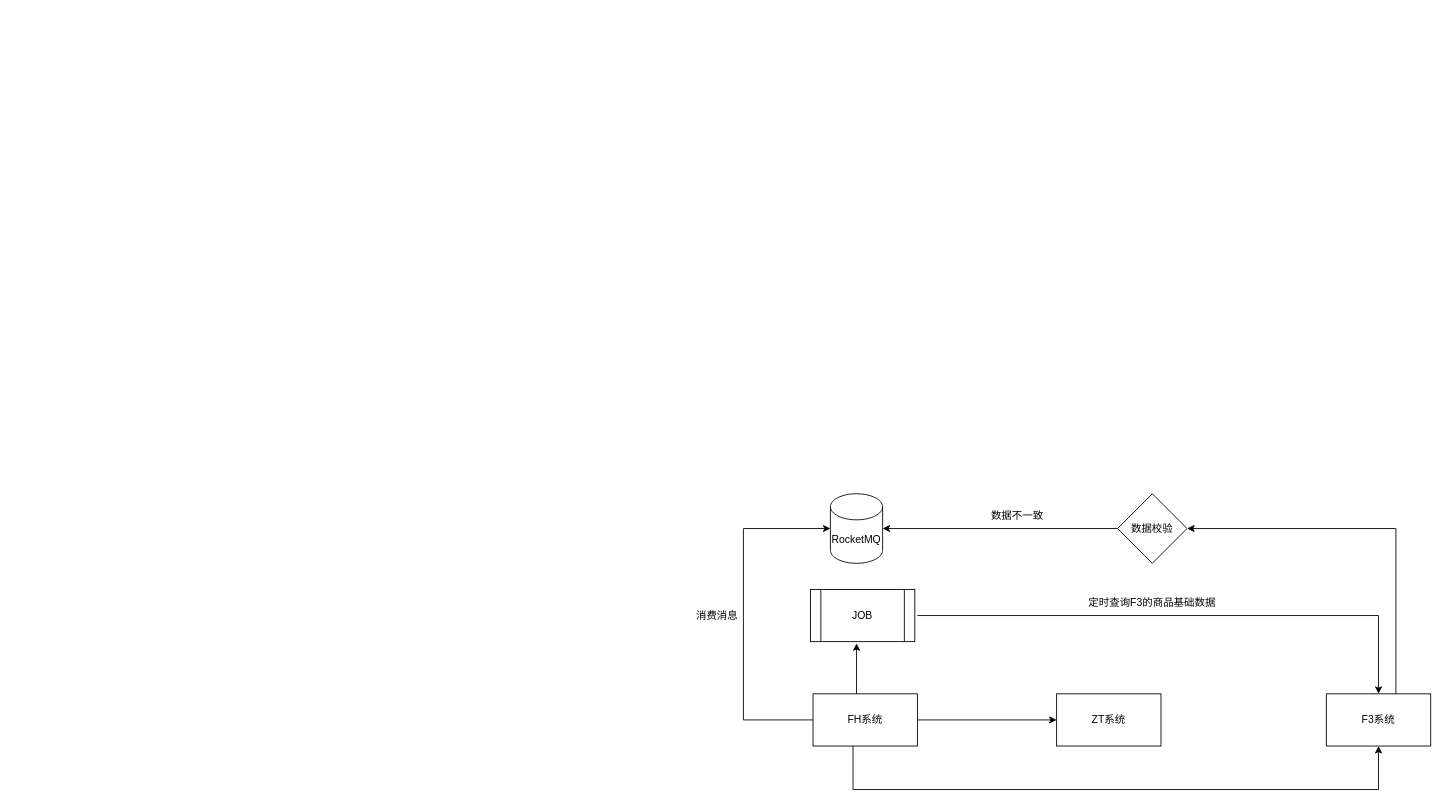
Earlier version of the draw.io diagram SketchMap/FH数据校验.drawio (liuyunlong1229/aaa). Source tidied: cells renumbered, new cells numbered last; positions are measured from the earlier drawing's top-left corner, leaving out a move shared by most shapes. Both pictures are drawn from the tidied source at 87%, with x=0, y=0 at pixel (691, 493).
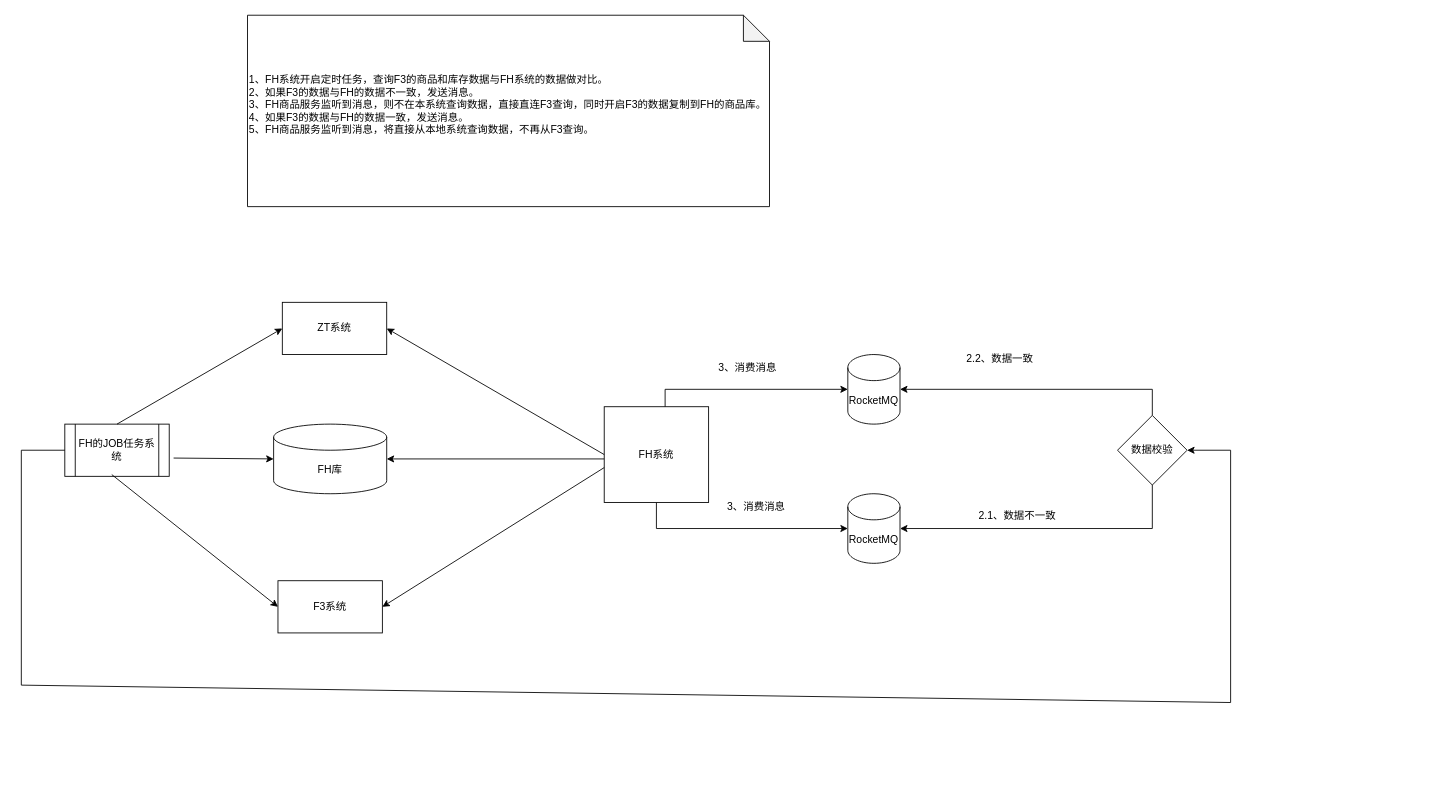
The same page after the edit.

Commit message:
更新FH数据校验.drawio

Diff of the diagram source:
```diff
@@
-    <mxCell id="2" style="edgeStyle=orthogonalEdgeStyle;rounded=0;jettySize=auto;html=1;entryX=0;entryY=0.5;entryDx=0;entryDy=0;" parent="1" edge="1" source="3" target="4">
-      <mxGeometry relative="1" as="geometry" />
-    </mxCell>
-    <mxCell id="3" value="FH系统" style="rounded=0;whiteSpace=wrap;html=1;" parent="1" vertex="1">
-      <mxGeometry x="140" y="230" width="120" height="60" as="geometry" />
-    </mxCell>
-    <mxCell id="4" value="ZT系统" style="rounded=0;whiteSpace=wrap;html=1;" parent="1" vertex="1">
-      <mxGeometry x="420" y="230" width="120" height="60" as="geometry" />
-    </mxCell>
-    <mxCell id="5" value="F3系统" style="rounded=0;whiteSpace=wrap;html=1;" parent="1" vertex="1">
-      <mxGeometry x="730" y="230" width="120" height="60" as="geometry" />
-    </mxCell>
-    <mxCell id="6" value="JOB" style="shape=process;whiteSpace=wrap;html=1;backgroundOutline=1;" parent="1" vertex="1">
-      <mxGeometry x="137" y="110" width="120" height="60" as="geometry" />
+    <mxCell id="6" value="FH的JOB任务系统" style="shape=process;whiteSpace=wrap;html=1;backgroundOutline=1;" parent="1" vertex="1">
+      <mxGeometry x="-720" y="-80" width="120" height="60" as="geometry" />
     </mxCell>
-    <mxCell id="7" style="endArrow=classic;html=1;rounded=0;entryX=0.442;entryY=1.033;entryDx=0;entryDy=0;entryPerimeter=0;" parent="1" edge="1" target="6">
-      <mxGeometry relative="1" as="geometry">
-        <mxPoint x="190" y="230" as="sourcePoint" />
-      </mxGeometry>
-    </mxCell>
-    <mxCell id="8" style="endArrow=classic;html=1;rounded=0;entryX=0.5;entryY=0;entryDx=0;entryDy=0;" parent="1" edge="1" target="5">
-      <mxGeometry relative="1" as="geometry">
-        <mxPoint x="260" y="140" as="sourcePoint" />
-        <Array as="points">
-          <mxPoint x="790" y="140" />
-        </Array>
-      </mxGeometry>
-    </mxCell>
-    <mxCell id="9" value="定时查询F3的商品基础数据" style="text;html=1;align=center;verticalAlign=middle;whiteSpace=wrap;rounded=0;" parent="1" vertex="1">
-      <mxGeometry x="420" y="110" width="220" height="30" as="geometry" />
-    </mxCell>
     <mxCell id="10" value="数据校验" style="rhombus;whiteSpace=wrap;html=1;" parent="1" vertex="1">
-      <mxGeometry x="490" width="80" height="80" as="geometry" />
+      <mxGeometry x="490" y="-90" width="80" height="80" as="geometry" />
     </mxCell>
-    <mxCell id="11" style="endArrow=classic;html=1;rounded=0;entryX=1;entryY=0.5;entryDx=0;entryDy=0;" parent="1" edge="1" target="10">
-      <mxGeometry relative="1" as="geometry">
-        <mxPoint x="810" y="230" as="sourcePoint" />
-        <Array as="points">
-          <mxPoint x="810" y="40" />
-        </Array>
-      </mxGeometry>
-    </mxCell>
-    <mxCell id="12" style="endArrow=classic;html=1;rounded=0;entryX=1;entryY=0.5;entryDx=0;entryDy=0;entryPerimeter=0;" parent="1" edge="1" source="10" target="16">
-      <mxGeometry relative="1" as="geometry" />
+    <mxCell id="12" style="endArrow=classic;html=1;rounded=0;entryX=1;entryY=0.5;entryDx=0;entryDy=0;entryPerimeter=0;exitX=0.5;exitY=1;exitDx=0;exitDy=0;" parent="1" edge="1" source="10" target="16">
+      <mxGeometry relative="1" as="geometry">
+        <Array as="points">
+          <mxPoint x="530" y="40" />
+        </Array>
+      </mxGeometry>
     </mxCell>
-    <mxCell id="13" value="数据不一致" style="text;html=1;align=center;verticalAlign=middle;whiteSpace=wrap;rounded=0;" parent="1" vertex="1">
-      <mxGeometry x="330" y="10" width="90" height="30" as="geometry" />
+    <mxCell id="13" value="2.1、数据不一致" style="text;html=1;align=center;verticalAlign=middle;whiteSpace=wrap;rounded=0;" parent="1" vertex="1">
+      <mxGeometry x="310" y="10" width="130" height="30" as="geometry" />
     </mxCell>
-    <mxCell id="14" style="endArrow=classic;html=1;rounded=0;exitX=0;exitY=0.5;exitDx=0;exitDy=0;entryX=0;entryY=0.5;entryDx=0;entryDy=0;entryPerimeter=0;" parent="1" edge="1" source="3" target="16">
+    <mxCell id="14" style="endArrow=classic;html=1;rounded=0;entryX=0;entryY=0.5;entryDx=0;entryDy=0;entryPerimeter=0;exitX=0.5;exitY=1;exitDx=0;exitDy=0;" parent="1" edge="1" source="3" target="16">
       <mxGeometry relative="1" as="geometry">
         <Array as="points">
-          <mxPoint x="60" y="260" />
-          <mxPoint x="60" y="40" />
+          <mxPoint x="-40" y="40" />
         </Array>
       </mxGeometry>
     </mxCell>
-    <mxCell id="15" value="消费消息" style="text;html=1;align=center;verticalAlign=middle;whiteSpace=wrap;rounded=0;" parent="1" vertex="1">
-      <mxGeometry y="125" width="60" height="30" as="geometry" />
+    <mxCell id="15" value="3、消费消息" style="text;html=1;align=center;verticalAlign=middle;whiteSpace=wrap;rounded=0;" parent="1" vertex="1">
+      <mxGeometry x="20" y="-160" width="90" height="30" as="geometry" />
     </mxCell>
     <mxCell id="16" value="RocketMQ" style="shape=cylinder3;whiteSpace=wrap;html=1;boundedLbl=1;backgroundOutline=1;size=15;" parent="1" vertex="1">
-      <mxGeometry x="160" width="60" height="80" as="geometry" />
+      <mxGeometry x="180" width="60" height="80" as="geometry" />
     </mxCell>
+    <mxCell id="18" value="&lt;div&gt;&lt;div&gt;&lt;div&gt;1、FH系统开启定时任务，查询F3的商品和库存数据与FH系统的数据做对比。&lt;/div&gt;&lt;div&gt;2、如果F3的数据与FH的数据不一致，发送消息。&lt;/div&gt;&lt;div&gt;3、FH商品服务监听到消息，则不在本系统查询数据，直接直连F3查询，同时开启F3的数据复制到FH的商品库。&lt;/div&gt;&lt;div&gt;4、如果F3的数据与FH的数据一致，发送消息。&lt;/div&gt;&lt;div&gt;5、FH商品服务监听到消息，将直接从本地系统查询数据，不再从F3查询。&lt;/div&gt;&lt;/div&gt;&lt;/div&gt;&lt;div&gt;&lt;br&gt;&lt;/div&gt;" style="shape=note;whiteSpace=wrap;html=1;backgroundOutline=1;darkOpacity=0.05;align=left;" parent="1" vertex="1">
+      <mxGeometry x="-510" y="-550" width="600" height="220" as="geometry" />
+    </mxCell>
+    <mxCell id="19" value="2.2、数据一致" style="text;html=1;align=center;verticalAlign=middle;whiteSpace=wrap;rounded=0;" parent="1" vertex="1">
+      <mxGeometry x="310" y="-170" width="90" height="30" as="geometry" />
+    </mxCell>
+    <mxCell id="20" value="RocketMQ" style="shape=cylinder3;whiteSpace=wrap;html=1;boundedLbl=1;backgroundOutline=1;size=15;" parent="1" vertex="1">
+      <mxGeometry x="180" y="-160" width="60" height="80" as="geometry" />
+    </mxCell>
+    <mxCell id="3" value="FH系统" style="rounded=0;whiteSpace=wrap;html=1;" parent="1" vertex="1">
+      <mxGeometry x="-100" y="-100" width="120" height="110" as="geometry" />
+    </mxCell>
+    <mxCell id="4" value="ZT系统" style="rounded=0;whiteSpace=wrap;html=1;" parent="1" vertex="1">
+      <mxGeometry x="-470" y="-220" width="120" height="60" as="geometry" />
+    </mxCell>
+    <mxCell id="21" value="FH库" style="shape=cylinder3;whiteSpace=wrap;html=1;boundedLbl=1;backgroundOutline=1;size=15;" parent="1" vertex="1">
+      <mxGeometry x="-480" y="-80" width="130" height="80" as="geometry" />
+    </mxCell>
+    <mxCell id="5" value="F3系统" style="rounded=0;whiteSpace=wrap;html=1;" parent="1" vertex="1">
+      <mxGeometry x="-475" y="100" width="120" height="60" as="geometry" />
+    </mxCell>
+    <mxCell id="22" style="edgeStyle=orthogonalEdgeStyle;rounded=0;jettySize=auto;html=1;exitX=0.5;exitY=0;exitDx=0;exitDy=0;entryX=1;entryY=0.5;entryDx=0;entryDy=0;entryPerimeter=0;" parent="1" edge="1" source="10" target="20">
+      <mxGeometry relative="1" as="geometry" />
+    </mxCell>
+    <mxCell id="23" style="endArrow=classic;html=1;rounded=0;entryX=0;entryY=0.5;entryDx=0;entryDy=0;entryPerimeter=0;" parent="1" edge="1" target="20">
+      <mxGeometry relative="1" as="geometry">
+        <mxPoint x="-30" y="-100" as="sourcePoint" />
+        <Array as="points">
+          <mxPoint x="-30" y="-120" />
+        </Array>
+      </mxGeometry>
+    </mxCell>
+    <mxCell id="24" value="3、消费消息" style="text;html=1;align=center;verticalAlign=middle;whiteSpace=wrap;rounded=0;" parent="1" vertex="1">
+      <mxGeometry x="30" width="90" height="30" as="geometry" />
+    </mxCell>
+    <mxCell id="25" style="endArrow=classic;html=1;rounded=0;exitX=1.042;exitY=0.65;exitDx=0;exitDy=0;exitPerimeter=0;" parent="1" edge="1" source="6">
+      <mxGeometry relative="1" as="geometry">
+        <mxPoint x="-480" y="-40" as="targetPoint" />
+      </mxGeometry>
+    </mxCell>
+    <mxCell id="26" style="endArrow=classic;html=1;rounded=0;exitX=0.45;exitY=0.967;exitDx=0;exitDy=0;exitPerimeter=0;entryX=0;entryY=0.5;entryDx=0;entryDy=0;" parent="1" edge="1" source="6" target="5">
+      <mxGeometry relative="1" as="geometry" />
+    </mxCell>
+    <mxCell id="27" style="endArrow=classic;html=1;rounded=0;exitX=0.5;exitY=0;exitDx=0;exitDy=0;entryX=0;entryY=0.5;entryDx=0;entryDy=0;" parent="1" edge="1" source="6" target="4">
+      <mxGeometry relative="1" as="geometry" />
+    </mxCell>
+    <mxCell id="28" style="endArrow=classic;html=1;rounded=0;exitX=0;exitY=0.5;exitDx=0;exitDy=0;entryX=1;entryY=0.5;entryDx=0;entryDy=0;" parent="1" edge="1" source="6" target="10">
+      <mxGeometry relative="1" as="geometry">
+        <Array as="points">
+          <mxPoint x="-770" y="-50" />
+          <mxPoint x="-770" y="220" />
+          <mxPoint x="620" y="240" />
+          <mxPoint x="620" y="-50" />
+        </Array>
+      </mxGeometry>
+    </mxCell>
-    <mxCell id="17" style="endArrow=classic;html=1;rounded=0;entryX=0.5;entryY=1;entryDx=0;entryDy=0;exitX=0.383;exitY=1;exitDx=0;exitDy=0;exitPerimeter=0;" parent="1" edge="1" source="3" target="5">
-      <mxGeometry relative="1" as="geometry">
-        <Array as="points">
-          <mxPoint x="186" y="340" />
-          <mxPoint x="790" y="340" />
-        </Array>
-      </mxGeometry>
+    <mxCell id="17" style="endArrow=classic;html=1;rounded=0;entryX=1;entryY=0.5;entryDx=0;entryDy=0;exitX=0;exitY=0.636;exitDx=0;exitDy=0;exitPerimeter=0;" parent="1" edge="1" source="3" target="5">
+      <mxGeometry relative="1" as="geometry" />
     </mxCell>
+    <mxCell id="29" style="endArrow=classic;html=1;rounded=0;entryX=1;entryY=0.5;entryDx=0;entryDy=0;entryPerimeter=0;" parent="1" edge="1" target="21">
+      <mxGeometry relative="1" as="geometry">
+        <mxPoint x="-100" y="-40" as="sourcePoint" />
+      </mxGeometry>
+    </mxCell>
+    <mxCell id="2" style="endArrow=classic;html=1;rounded=0;entryX=1;entryY=0.5;entryDx=0;entryDy=0;exitX=0;exitY=0.5;exitDx=0;exitDy=0;" parent="1" edge="1" source="3" target="4">
+      <mxGeometry relative="1" as="geometry" />
+    </mxCell>
```
